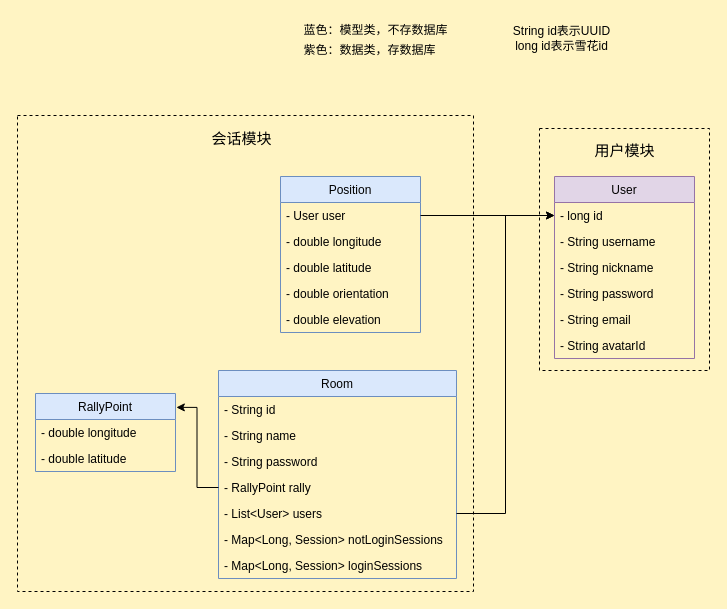
This is page "类图" (1 of 4) of findMe-UML.dio from swsk33/find-me-cloud, a draw.io file, before an edit. Source tidied: cells renumbered, new cells numbered last; positions are measured from the earlier drawing's top-left corner, leaving out a move shared by most shapes. Both pictures are drawn from the tidied source at 100%, with x=0, y=0 at pixel (17, 17).
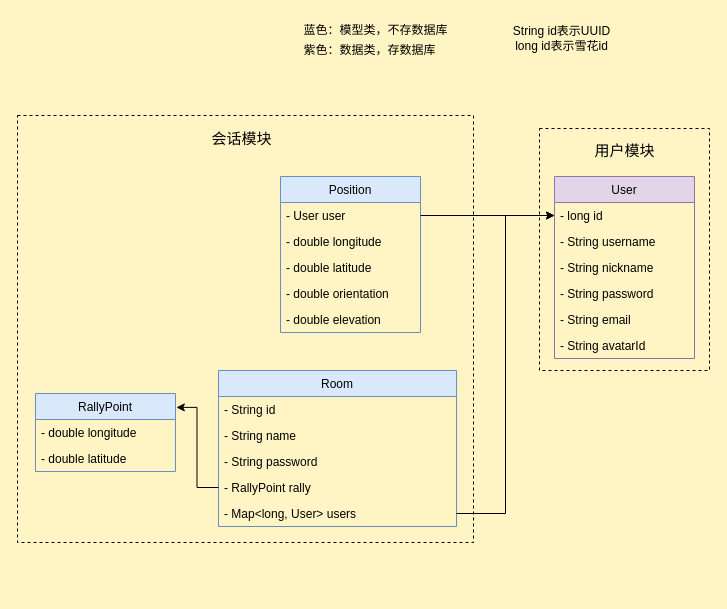
The same page after the edit.

Diff of the diagram source:
```diff
@@
     <mxCell id="2" style="rounded=0;whiteSpace=wrap;html=1;fillColor=none;dashed=1;" parent="1" vertex="1">
-      <mxGeometry y="98" width="456" height="476" as="geometry" />
+      <mxGeometry y="98" width="456" height="427" as="geometry" />
     </mxCell>
@@
     <mxCell id="21" value="Room" style="swimlane;fontStyle=0;horizontal=1;startSize=26;fillColor=#dae8fc;strokeColor=#6c8ebf;" parent="1" vertex="1">
-      <mxGeometry x="201" y="353" width="238" height="208" as="geometry" />
+      <mxGeometry x="201" y="353" width="238" height="156" as="geometry" />
     </mxCell>
@@
-    <mxCell id="26" value="- List&lt;User&gt; users" style="text;strokeColor=none;fillColor=none;align=left;verticalAlign=top;spacingLeft=4;spacingRight=4;overflow=hidden;points=[[0,0.5],[1,0.5]];portConstraint=eastwest;" parent="21" vertex="1">
+    <mxCell id="26" value="- Map&lt;long, User&gt; users" style="text;strokeColor=none;fillColor=none;align=left;verticalAlign=top;spacingLeft=4;spacingRight=4;overflow=hidden;points=[[0,0.5],[1,0.5]];portConstraint=eastwest;" parent="21" vertex="1">
       <mxGeometry y="130" width="238" height="26" as="geometry" />
     </mxCell>
-    <mxCell id="27" value="- Map&lt;Long, Session&gt; notLoginSessions" style="text;strokeColor=none;fillColor=none;align=left;verticalAlign=top;spacingLeft=4;spacingRight=4;overflow=hidden;" parent="21" vertex="1">
-      <mxGeometry y="156" width="238" height="26" as="geometry" />
-    </mxCell>
-    <mxCell id="28" value="- Map&lt;Long, Session&gt; loginSessions" style="text;strokeColor=none;fillColor=none;align=left;verticalAlign=top;spacingLeft=4;spacingRight=4;overflow=hidden;" parent="21" vertex="1">
-      <mxGeometry y="182" width="238" height="26" as="geometry" />
-    </mxCell>
```
